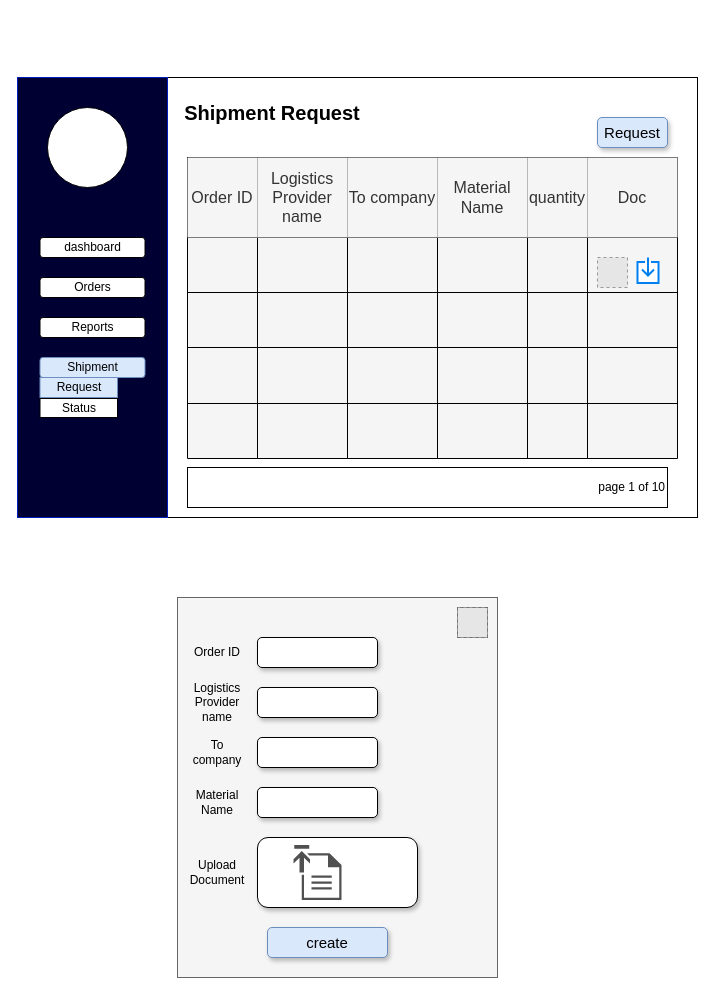
pramodrk22/test keeps this draw.io diagram as page "Shipment Request" (5 of 14) of Untitled Diagram.drawio. Above is the earlier version. Source tidied: cells renumbered, new cells numbered last; positions are measured from the earlier drawing's top-left corner, leaving out a move shared by most shapes. Both pictures are drawn from the tidied source at 100%, with x=0, y=0 at pixel (17, 77). Pictures stored in the file or linked from it are replaced by grey dashed boxes.
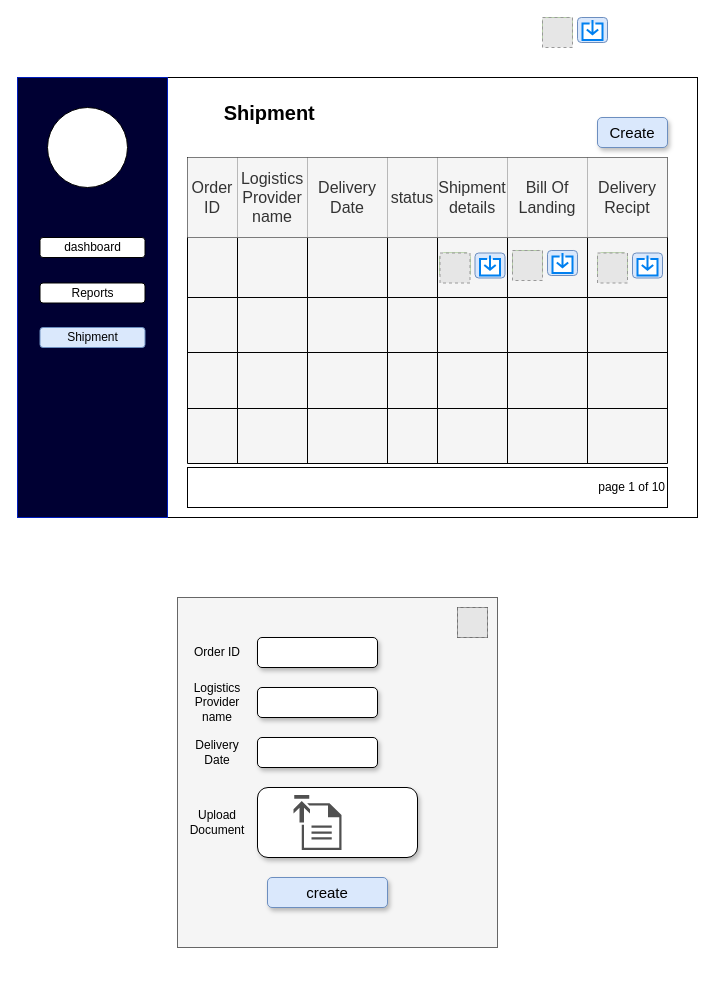
Above is the later version.

Diff of the diagram source:
```diff
@@
-    <mxCell id="5" value="Orders" style="rounded=1;whiteSpace=wrap;html=1;" parent="1" vertex="1">
-      <mxGeometry x="22.5" y="200" width="105" height="20" as="geometry" />
-    </mxCell>
     <mxCell id="6" value="Reports" style="rounded=1;whiteSpace=wrap;html=1;" parent="1" vertex="1">
-      <mxGeometry x="22.5" y="240" width="105" height="20" as="geometry" />
+      <mxGeometry x="22.5" y="205.5" width="105" height="20" as="geometry" />
     </mxCell>
@@
-    <mxCell id="8" value="&lt;b&gt;&lt;font style=&quot;font-size: 20px;&quot;&gt;Shipment Request&lt;/font&gt;&lt;/b&gt;" style="text;html=1;strokeColor=none;fillColor=none;align=center;verticalAlign=middle;whiteSpace=wrap;rounded=0;" parent="1" vertex="1">
+    <mxCell id="8" value="&lt;b&gt;&lt;font style=&quot;font-size: 20px;&quot;&gt;Shipment&amp;nbsp;&lt;/font&gt;&lt;/b&gt;" style="text;html=1;strokeColor=none;fillColor=none;align=center;verticalAlign=middle;whiteSpace=wrap;rounded=0;" parent="1" vertex="1">
       <mxGeometry x="150" y="20" width="210" height="30" as="geometry" />
     </mxCell>
@@
     <mxCell id="10" style="rounded=0;whiteSpace=wrap;html=1;fillColor=#f5f5f5;fontColor=#333333;strokeColor=#666666;" parent="1" vertex="1">
-      <mxGeometry x="160" y="520" width="320" height="380" as="geometry" />
+      <mxGeometry x="160" y="520" width="320" height="350" as="geometry" />
     </mxCell>
@@
     <mxCell id="12" value="&lt;font style=&quot;font-size: 15px;&quot;&gt;create&lt;/font&gt;" style="rounded=1;whiteSpace=wrap;html=1;fillColor=#dae8fc;strokeColor=#6c8ebf;shadow=1;" parent="1" vertex="1">
-      <mxGeometry x="250" y="850" width="120" height="30" as="geometry" />
+      <mxGeometry x="250" y="800" width="120" height="30" as="geometry" />
     </mxCell>
@@
-    <mxCell id="15" style="rounded=1;whiteSpace=wrap;html=1;shadow=1;" parent="1" vertex="1">
-      <mxGeometry x="240" y="710" width="120" height="30" as="geometry" />
-    </mxCell>
     <mxCell id="16" style="rounded=1;whiteSpace=wrap;html=1;shadow=1;" parent="1" vertex="1">
-      <mxGeometry x="240" y="760" width="160" height="70" as="geometry" />
+      <mxGeometry x="240" y="710" width="160" height="70" as="geometry" />
     </mxCell>
     <mxCell id="17" style="sketch=0;shadow=0;dashed=0;html=1;strokeColor=none;fillColor=#505050;labelPosition=center;verticalLabelPosition=bottom;verticalAlign=top;align=center;shape=mxgraph.office.concepts.upload;" parent="1" vertex="1">
-      <mxGeometry x="276" y="767.5" width="48" height="55" as="geometry" />
+      <mxGeometry x="276" y="717.5" width="48" height="55" as="geometry" />
     </mxCell>
@@
-    <mxCell id="20" value="To company" style="text;html=1;strokeColor=none;fillColor=none;align=center;verticalAlign=middle;whiteSpace=wrap;rounded=0;" parent="1" vertex="1">
+    <mxCell id="20" value="Delivery Date" style="text;html=1;strokeColor=none;fillColor=none;align=center;verticalAlign=middle;whiteSpace=wrap;rounded=0;" parent="1" vertex="1">
       <mxGeometry x="170" y="660" width="60" height="30" as="geometry" />
     </mxCell>
-    <mxCell id="21" value="Material Name" style="text;html=1;strokeColor=none;fillColor=none;align=center;verticalAlign=middle;whiteSpace=wrap;rounded=0;" parent="1" vertex="1">
-      <mxGeometry x="170" y="710" width="60" height="30" as="geometry" />
-    </mxCell>
     <mxCell id="22" value="Upload Document" style="text;html=1;strokeColor=none;fillColor=none;align=center;verticalAlign=middle;whiteSpace=wrap;rounded=0;" parent="1" vertex="1">
-      <mxGeometry x="170" y="780" width="60" height="30" as="geometry" />
+      <mxGeometry x="170" y="730" width="60" height="30" as="geometry" />
     </mxCell>
@@
     <mxCell id="25" value="Shipment" style="rounded=1;whiteSpace=wrap;html=1;fillColor=#dae8fc;strokeColor=#6c8ebf;" parent="1" vertex="1">
-      <mxGeometry x="22.5" y="280" width="105" height="20" as="geometry" />
+      <mxGeometry x="22.5" y="250" width="105" height="20" as="geometry" />
     </mxCell>
-    <mxCell id="26" value="&lt;font style=&quot;font-size: 15px;&quot;&gt;Request&lt;/font&gt;" style="rounded=1;whiteSpace=wrap;html=1;fillColor=#dae8fc;strokeColor=#6c8ebf;shadow=1;" parent="1" vertex="1">
+    <mxCell id="26" value="&lt;font style=&quot;font-size: 15px;&quot;&gt;Create&lt;/font&gt;" style="rounded=1;whiteSpace=wrap;html=1;fillColor=#dae8fc;strokeColor=#6c8ebf;shadow=1;" parent="1" vertex="1">
       <mxGeometry x="580" y="40" width="70" height="30" as="geometry" />
     </mxCell>
     <mxCell id="27" style="shape=table;startSize=0;childLayout=tableLayout;strokeColor=#000000;fontSize=16;swimlaneFillColor=none;labelBackgroundColor=none;fillColor=#f5f5f5;fontColor=#333333;" parent="1" vertex="1">
-      <mxGeometry x="170" y="80" width="490" height="301" as="geometry" />
+      <mxGeometry x="170" y="80" width="480" height="306" as="geometry" />
     </mxCell>
     <mxCell id="28" style="shape=tableRow;horizontal=0;startSize=0;swimlaneHead=0;swimlaneBody=0;strokeColor=inherit;top=0;left=0;bottom=0;right=0;fillColor=none;fontSize=16;" parent="27" vertex="1">
-      <mxGeometry width="490" height="80" as="geometry" />
+      <mxGeometry width="480" height="80" as="geometry" />
     </mxCell>
     <mxCell id="29" value="Order ID" style="shape=partialRectangle;html=1;whiteSpace=wrap;strokeColor=#666666;overflow=hidden;fillColor=#f5f5f5;top=0;left=0;bottom=0;right=0;fontSize=16;fontColor=#333333;" parent="28" vertex="1">
-      <mxGeometry width="70" height="80" as="geometry" />
+      <mxGeometry width="50" height="80" as="geometry" />
     </mxCell>
     <mxCell id="30" value="Logistics Provider name" style="shape=partialRectangle;html=1;whiteSpace=wrap;strokeColor=#666666;overflow=hidden;fillColor=#f5f5f5;top=0;left=0;bottom=0;right=0;fontSize=16;fontColor=#333333;" parent="28" vertex="1">
-      <mxGeometry x="70" width="90" height="80" as="geometry" />
+      <mxGeometry x="50" width="70" height="80" as="geometry" />
     </mxCell>
-    <mxCell id="31" value="To company" style="shape=partialRectangle;html=1;whiteSpace=wrap;strokeColor=#666666;overflow=hidden;fillColor=#f5f5f5;top=0;left=0;bottom=0;right=0;fontSize=16;fontColor=#333333;" parent="28" vertex="1">
-      <mxGeometry x="160" width="90" height="80" as="geometry" />
+    <mxCell id="31" value="Delivery Date" style="shape=partialRectangle;html=1;whiteSpace=wrap;strokeColor=#666666;overflow=hidden;fillColor=#f5f5f5;top=0;left=0;bottom=0;right=0;fontSize=16;fontColor=#333333;" parent="28" vertex="1">
+      <mxGeometry x="120" width="80" height="80" as="geometry" />
     </mxCell>
-    <mxCell id="32" value="Material Name" style="shape=partialRectangle;html=1;whiteSpace=wrap;strokeColor=#666666;overflow=hidden;fillColor=#f5f5f5;top=0;left=0;bottom=0;right=0;fontSize=16;fontColor=#333333;" parent="28" vertex="1">
-      <mxGeometry x="250" width="90" height="80" as="geometry" />
+    <mxCell id="32" value="status" style="shape=partialRectangle;html=1;whiteSpace=wrap;strokeColor=#666666;overflow=hidden;fillColor=#f5f5f5;top=0;left=0;bottom=0;right=0;fontSize=16;fontColor=#333333;" parent="28" vertex="1">
+      <mxGeometry x="200" width="50" height="80" as="geometry" />
     </mxCell>
+    <mxCell id="67" value="Shipment details" style="shape=partialRectangle;html=1;whiteSpace=wrap;strokeColor=#666666;overflow=hidden;fillColor=#f5f5f5;top=0;left=0;bottom=0;right=0;fontSize=16;fontColor=#333333;" parent="28" vertex="1">
+      <mxGeometry x="250" width="70" height="80" as="geometry" />
+    </mxCell>
-    <mxCell id="33" value="quantity" style="shape=partialRectangle;html=1;whiteSpace=wrap;strokeColor=#666666;overflow=hidden;fillColor=#f5f5f5;top=0;left=0;bottom=0;right=0;fontSize=16;fontColor=#333333;" parent="28" vertex="1">
-      <mxGeometry x="340" width="60" height="80" as="geometry" />
+    <mxCell id="33" value="Bill Of Landing" style="shape=partialRectangle;html=1;whiteSpace=wrap;strokeColor=#666666;overflow=hidden;fillColor=#f5f5f5;top=0;left=0;bottom=0;right=0;fontSize=16;fontColor=#333333;" parent="28" vertex="1">
+      <mxGeometry x="320" width="80" height="80" as="geometry" />
     </mxCell>
-    <mxCell id="34" value="Doc" style="shape=partialRectangle;html=1;whiteSpace=wrap;strokeColor=#666666;overflow=hidden;fillColor=#f5f5f5;top=0;left=0;bottom=0;right=0;fontSize=16;fontColor=#333333;" parent="28" vertex="1">
-      <mxGeometry x="400" width="90" height="80" as="geometry" />
+    <mxCell id="34" value="Delivery Recipt" style="shape=partialRectangle;html=1;whiteSpace=wrap;strokeColor=#666666;overflow=hidden;fillColor=#f5f5f5;top=0;left=0;bottom=0;right=0;fontSize=16;fontColor=#333333;" parent="28" vertex="1">
+      <mxGeometry x="400" width="80" height="80" as="geometry" />
     </mxCell>
     <mxCell id="35" style="shape=tableRow;horizontal=0;startSize=0;swimlaneHead=0;swimlaneBody=0;strokeColor=inherit;top=0;left=0;bottom=0;right=0;fillColor=none;fontSize=16;" parent="27" vertex="1">
-      <mxGeometry y="80" width="490" height="55" as="geometry" />
+      <mxGeometry y="80" width="480" height="60" as="geometry" />
     </mxCell>
     <mxCell id="36" style="shape=partialRectangle;html=1;whiteSpace=wrap;strokeColor=inherit;overflow=hidden;fillColor=none;top=0;left=0;bottom=0;right=0;fontSize=16;" parent="35" vertex="1">
-      <mxGeometry width="70" height="55" as="geometry" />
+      <mxGeometry width="50" height="60" as="geometry" />
     </mxCell>
     <mxCell id="37" style="shape=partialRectangle;html=1;whiteSpace=wrap;strokeColor=inherit;overflow=hidden;fillColor=none;top=0;left=0;bottom=0;right=0;fontSize=16;" parent="35" vertex="1">
-      <mxGeometry x="70" width="90" height="55" as="geometry" />
+      <mxGeometry x="50" width="70" height="60" as="geometry" />
     </mxCell>
     <mxCell id="38" style="shape=partialRectangle;html=1;whiteSpace=wrap;strokeColor=inherit;overflow=hidden;fillColor=none;top=0;left=0;bottom=0;right=0;fontSize=16;" parent="35" vertex="1">
-      <mxGeometry x="160" width="90" height="55" as="geometry" />
+      <mxGeometry x="120" width="80" height="60" as="geometry" />
     </mxCell>
     <mxCell id="39" style="shape=partialRectangle;html=1;whiteSpace=wrap;strokeColor=inherit;overflow=hidden;fillColor=none;top=0;left=0;bottom=0;right=0;fontSize=16;" parent="35" vertex="1">
-      <mxGeometry x="250" width="90" height="55" as="geometry" />
+      <mxGeometry x="200" width="50" height="60" as="geometry" />
     </mxCell>
+    <mxCell id="68" style="shape=partialRectangle;html=1;whiteSpace=wrap;strokeColor=inherit;overflow=hidden;fillColor=none;top=0;left=0;bottom=0;right=0;fontSize=16;" parent="35" vertex="1">
+      <mxGeometry x="250" width="70" height="60" as="geometry" />
+    </mxCell>
     <mxCell id="40" style="shape=partialRectangle;html=1;whiteSpace=wrap;strokeColor=inherit;overflow=hidden;fillColor=none;top=0;left=0;bottom=0;right=0;fontSize=16;" parent="35" vertex="1">
-      <mxGeometry x="340" width="60" height="55" as="geometry" />
+      <mxGeometry x="320" width="80" height="60" as="geometry" />
     </mxCell>
     <mxCell id="41" style="shape=partialRectangle;html=1;whiteSpace=wrap;strokeColor=inherit;overflow=hidden;fillColor=none;top=0;left=0;bottom=0;right=0;fontSize=16;" parent="35" vertex="1">
-      <mxGeometry x="400" width="90" height="55" as="geometry" />
+      <mxGeometry x="400" width="80" height="60" as="geometry" />
     </mxCell>
     <mxCell id="42" style="shape=tableRow;horizontal=0;startSize=0;swimlaneHead=0;swimlaneBody=0;strokeColor=inherit;top=0;left=0;bottom=0;right=0;fillColor=none;fontSize=16;" parent="27" vertex="1">
-      <mxGeometry y="135" width="490" height="55" as="geometry" />
+      <mxGeometry y="140" width="480" height="55" as="geometry" />
     </mxCell>
     <mxCell id="43" style="shape=partialRectangle;html=1;whiteSpace=wrap;strokeColor=inherit;overflow=hidden;fillColor=none;top=0;left=0;bottom=0;right=0;fontSize=16;" parent="42" vertex="1">
-      <mxGeometry width="70" height="55" as="geometry" />
+      <mxGeometry width="50" height="55" as="geometry" />
     </mxCell>
     <mxCell id="44" style="shape=partialRectangle;html=1;whiteSpace=wrap;strokeColor=inherit;overflow=hidden;fillColor=none;top=0;left=0;bottom=0;right=0;fontSize=16;" parent="42" vertex="1">
-      <mxGeometry x="70" width="90" height="55" as="geometry" />
+      <mxGeometry x="50" width="70" height="55" as="geometry" />
     </mxCell>
     <mxCell id="45" style="shape=partialRectangle;html=1;whiteSpace=wrap;strokeColor=inherit;overflow=hidden;fillColor=none;top=0;left=0;bottom=0;right=0;fontSize=16;" parent="42" vertex="1">
-      <mxGeometry x="160" width="90" height="55" as="geometry" />
+      <mxGeometry x="120" width="80" height="55" as="geometry" />
     </mxCell>
     <mxCell id="46" style="shape=partialRectangle;html=1;whiteSpace=wrap;strokeColor=inherit;overflow=hidden;fillColor=none;top=0;left=0;bottom=0;right=0;fontSize=16;" parent="42" vertex="1">
-      <mxGeometry x="250" width="90" height="55" as="geometry" />
+      <mxGeometry x="200" width="50" height="55" as="geometry" />
     </mxCell>
+    <mxCell id="69" style="shape=partialRectangle;html=1;whiteSpace=wrap;strokeColor=inherit;overflow=hidden;fillColor=none;top=0;left=0;bottom=0;right=0;fontSize=16;" parent="42" vertex="1">
+      <mxGeometry x="250" width="70" height="55" as="geometry" />
+    </mxCell>
     <mxCell id="47" style="shape=partialRectangle;html=1;whiteSpace=wrap;strokeColor=inherit;overflow=hidden;fillColor=none;top=0;left=0;bottom=0;right=0;fontSize=16;" parent="42" vertex="1">
-      <mxGeometry x="340" width="60" height="55" as="geometry" />
+      <mxGeometry x="320" width="80" height="55" as="geometry" />
     </mxCell>
     <mxCell id="48" style="shape=partialRectangle;html=1;whiteSpace=wrap;strokeColor=inherit;overflow=hidden;fillColor=none;top=0;left=0;bottom=0;right=0;fontSize=16;" parent="42" vertex="1">
-      <mxGeometry x="400" width="90" height="55" as="geometry" />
+      <mxGeometry x="400" width="80" height="55" as="geometry" />
     </mxCell>
     <mxCell id="49" style="shape=tableRow;horizontal=0;startSize=0;swimlaneHead=0;swimlaneBody=0;strokeColor=inherit;top=0;left=0;bottom=0;right=0;fillColor=none;fontSize=16;" parent="27" vertex="1">
-      <mxGeometry y="190" width="490" height="56" as="geometry" />
+      <mxGeometry y="195" width="480" height="56" as="geometry" />
     </mxCell>
     <mxCell id="50" style="shape=partialRectangle;html=1;whiteSpace=wrap;strokeColor=inherit;overflow=hidden;fillColor=none;top=0;left=0;bottom=0;right=0;fontSize=16;" parent="49" vertex="1">
-      <mxGeometry width="70" height="56" as="geometry" />
+      <mxGeometry width="50" height="56" as="geometry" />
     </mxCell>
     <mxCell id="51" style="shape=partialRectangle;html=1;whiteSpace=wrap;strokeColor=inherit;overflow=hidden;fillColor=none;top=0;left=0;bottom=0;right=0;fontSize=16;" parent="49" vertex="1">
-      <mxGeometry x="70" width="90" height="56" as="geometry" />
+      <mxGeometry x="50" width="70" height="56" as="geometry" />
     </mxCell>
     <mxCell id="52" style="shape=partialRectangle;html=1;whiteSpace=wrap;strokeColor=inherit;overflow=hidden;fillColor=none;top=0;left=0;bottom=0;right=0;fontSize=16;" parent="49" vertex="1">
-      <mxGeometry x="160" width="90" height="56" as="geometry" />
+      <mxGeometry x="120" width="80" height="56" as="geometry" />
     </mxCell>
     <mxCell id="53" style="shape=partialRectangle;html=1;whiteSpace=wrap;strokeColor=inherit;overflow=hidden;fillColor=none;top=0;left=0;bottom=0;right=0;fontSize=16;" parent="49" vertex="1">
-      <mxGeometry x="250" width="90" height="56" as="geometry" />
+      <mxGeometry x="200" width="50" height="56" as="geometry" />
     </mxCell>
+    <mxCell id="70" style="shape=partialRectangle;html=1;whiteSpace=wrap;strokeColor=inherit;overflow=hidden;fillColor=none;top=0;left=0;bottom=0;right=0;fontSize=16;" parent="49" vertex="1">
+      <mxGeometry x="250" width="70" height="56" as="geometry" />
+    </mxCell>
     <mxCell id="54" style="shape=partialRectangle;html=1;whiteSpace=wrap;strokeColor=inherit;overflow=hidden;fillColor=none;top=0;left=0;bottom=0;right=0;fontSize=16;" parent="49" vertex="1">
-      <mxGeometry x="340" width="60" height="56" as="geometry" />
+      <mxGeometry x="320" width="80" height="56" as="geometry" />
     </mxCell>
     <mxCell id="55" style="shape=partialRectangle;html=1;whiteSpace=wrap;strokeColor=inherit;overflow=hidden;fillColor=none;top=0;left=0;bottom=0;right=0;fontSize=16;" parent="49" vertex="1">
-      <mxGeometry x="400" width="90" height="56" as="geometry" />
+      <mxGeometry x="400" width="80" height="56" as="geometry" />
     </mxCell>
     <mxCell id="56" style="shape=tableRow;horizontal=0;startSize=0;swimlaneHead=0;swimlaneBody=0;strokeColor=inherit;top=0;left=0;bottom=0;right=0;fillColor=none;fontSize=16;" parent="27" vertex="1">
-      <mxGeometry y="246" width="490" height="55" as="geometry" />
+      <mxGeometry y="251" width="480" height="55" as="geometry" />
     </mxCell>
     <mxCell id="57" style="shape=partialRectangle;html=1;whiteSpace=wrap;strokeColor=inherit;overflow=hidden;fillColor=none;top=0;left=0;bottom=0;right=0;fontSize=16;" parent="56" vertex="1">
-      <mxGeometry width="70" height="55" as="geometry" />
+      <mxGeometry width="50" height="55" as="geometry" />
     </mxCell>
     <mxCell id="58" style="shape=partialRectangle;html=1;whiteSpace=wrap;strokeColor=inherit;overflow=hidden;fillColor=none;top=0;left=0;bottom=0;right=0;fontSize=16;" parent="56" vertex="1">
-      <mxGeometry x="70" width="90" height="55" as="geometry" />
+      <mxGeometry x="50" width="70" height="55" as="geometry" />
     </mxCell>
     <mxCell id="59" style="shape=partialRectangle;html=1;whiteSpace=wrap;strokeColor=inherit;overflow=hidden;fillColor=none;top=0;left=0;bottom=0;right=0;fontSize=16;" parent="56" vertex="1">
-      <mxGeometry x="160" width="90" height="55" as="geometry" />
+      <mxGeometry x="120" width="80" height="55" as="geometry" />
     </mxCell>
     <mxCell id="60" style="shape=partialRectangle;html=1;whiteSpace=wrap;strokeColor=inherit;overflow=hidden;fillColor=none;top=0;left=0;bottom=0;right=0;fontSize=16;" parent="56" vertex="1">
-      <mxGeometry x="250" width="90" height="55" as="geometry" />
+      <mxGeometry x="200" width="50" height="55" as="geometry" />
     </mxCell>
+    <mxCell id="71" style="shape=partialRectangle;html=1;whiteSpace=wrap;strokeColor=inherit;overflow=hidden;fillColor=none;top=0;left=0;bottom=0;right=0;fontSize=16;" parent="56" vertex="1">
+      <mxGeometry x="250" width="70" height="55" as="geometry" />
+    </mxCell>
     <mxCell id="61" style="shape=partialRectangle;html=1;whiteSpace=wrap;strokeColor=inherit;overflow=hidden;fillColor=none;top=0;left=0;bottom=0;right=0;fontSize=16;" parent="56" vertex="1">
-      <mxGeometry x="340" width="60" height="55" as="geometry" />
+      <mxGeometry x="320" width="80" height="55" as="geometry" />
     </mxCell>
     <mxCell id="62" style="shape=partialRectangle;html=1;whiteSpace=wrap;strokeColor=inherit;overflow=hidden;fillColor=none;top=0;left=0;bottom=0;right=0;fontSize=16;" parent="56" vertex="1">
-      <mxGeometry x="400" width="90" height="55" as="geometry" />
+      <mxGeometry x="400" width="80" height="55" as="geometry" />
     </mxCell>
-    <mxCell id="63" style="fillColor=#E6E6E6;strokeColor=#999999;dashed=1;html=1;verticalAlign=top;verticalLabelPosition=bottom;labelBackgroundColor=#ffffff;" parent="1" vertex="1">
-      <mxGeometry x="580" y="180" width="30" height="30" as="geometry" />
-    </mxCell>
-    <mxCell id="64" style="html=1;verticalLabelPosition=bottom;align=center;labelBackgroundColor=#ffffff;verticalAlign=top;strokeWidth=2;strokeColor=#0080F0;shadow=0;dashed=0;shape=mxgraph.ios7.icons.down;" parent="1" vertex="1">
-      <mxGeometry x="620" y="180" width="21" height="25.5" as="geometry" />
-    </mxCell>
-    <mxCell id="65" value="Request" style="rounded=0;whiteSpace=wrap;html=1;fillColor=#dae8fc;strokeColor=#6c8ebf;" parent="1" vertex="1">
-      <mxGeometry x="22.5" y="300" width="77.5" height="20" as="geometry" />
-    </mxCell>
-    <mxCell id="66" value="Status" style="rounded=0;whiteSpace=wrap;html=1;" parent="1" vertex="1">
-      <mxGeometry x="22.5" y="321" width="77.5" height="19" as="geometry" />
-    </mxCell>
+    <mxCell id="72" style="rounded=1;whiteSpace=wrap;html=1;fillColor=#d5e8d4;strokeColor=#82b366;" parent="1" vertex="1">
+      <mxGeometry x="525" y="-60" width="30" height="25" as="geometry" />
+    </mxCell>
+    <mxCell id="73" style="fillColor=#E6E6E6;strokeColor=#999999;dashed=1;html=1;verticalAlign=top;verticalLabelPosition=bottom;labelBackgroundColor=#ffffff;" parent="1" vertex="1">
+      <mxGeometry x="525" y="-60" width="30" height="30" as="geometry" />
+    </mxCell>
+    <mxCell id="74" style="rounded=1;whiteSpace=wrap;html=1;fillColor=#dae8fc;strokeColor=#6c8ebf;" parent="1" vertex="1">
+      <mxGeometry x="560" y="-60" width="30" height="25" as="geometry" />
+    </mxCell>
+    <mxCell id="75" style="html=1;verticalLabelPosition=bottom;align=center;labelBackgroundColor=#ffffff;verticalAlign=top;strokeWidth=2;strokeColor=#0080F0;shadow=0;dashed=0;shape=mxgraph.ios7.icons.down;" parent="1" vertex="1">
+      <mxGeometry x="565" y="-57.5" width="20" height="20" as="geometry" />
+    </mxCell>
+    <mxCell id="76" style="rounded=1;whiteSpace=wrap;html=1;fillColor=#d5e8d4;strokeColor=#82b366;" parent="1" vertex="1">
+      <mxGeometry x="422.5" y="175.5" width="30" height="25" as="geometry" />
+    </mxCell>
+    <mxCell id="77" style="fillColor=#E6E6E6;strokeColor=#999999;dashed=1;html=1;verticalAlign=top;verticalLabelPosition=bottom;labelBackgroundColor=#ffffff;" parent="1" vertex="1">
+      <mxGeometry x="422.5" y="175.5" width="30" height="30" as="geometry" />
+    </mxCell>
+    <mxCell id="78" style="rounded=1;whiteSpace=wrap;html=1;fillColor=#dae8fc;strokeColor=#6c8ebf;" parent="1" vertex="1">
+      <mxGeometry x="457.5" y="175.5" width="30" height="25" as="geometry" />
+    </mxCell>
+    <mxCell id="79" style="html=1;verticalLabelPosition=bottom;align=center;labelBackgroundColor=#ffffff;verticalAlign=top;strokeWidth=2;strokeColor=#0080F0;shadow=0;dashed=0;shape=mxgraph.ios7.icons.down;" parent="1" vertex="1">
+      <mxGeometry x="462.5" y="178" width="20" height="20" as="geometry" />
+    </mxCell>
+    <mxCell id="80" style="rounded=1;whiteSpace=wrap;html=1;fillColor=#d5e8d4;strokeColor=#82b366;" parent="1" vertex="1">
+      <mxGeometry x="495" y="173" width="30" height="25" as="geometry" />
+    </mxCell>
+    <mxCell id="81" style="fillColor=#E6E6E6;strokeColor=#999999;dashed=1;html=1;verticalAlign=top;verticalLabelPosition=bottom;labelBackgroundColor=#ffffff;" parent="1" vertex="1">
+      <mxGeometry x="495" y="173" width="30" height="30" as="geometry" />
+    </mxCell>
+    <mxCell id="82" style="rounded=1;whiteSpace=wrap;html=1;fillColor=#dae8fc;strokeColor=#6c8ebf;" parent="1" vertex="1">
+      <mxGeometry x="530" y="173" width="30" height="25" as="geometry" />
+    </mxCell>
+    <mxCell id="83" style="html=1;verticalLabelPosition=bottom;align=center;labelBackgroundColor=#ffffff;verticalAlign=top;strokeWidth=2;strokeColor=#0080F0;shadow=0;dashed=0;shape=mxgraph.ios7.icons.down;" parent="1" vertex="1">
+      <mxGeometry x="535" y="175.5" width="20" height="20" as="geometry" />
+    </mxCell>
+    <mxCell id="84" style="rounded=1;whiteSpace=wrap;html=1;fillColor=#d5e8d4;strokeColor=#82b366;" parent="1" vertex="1">
+      <mxGeometry x="580" y="175.5" width="30" height="25" as="geometry" />
+    </mxCell>
+    <mxCell id="85" style="fillColor=#E6E6E6;strokeColor=#999999;dashed=1;html=1;verticalAlign=top;verticalLabelPosition=bottom;labelBackgroundColor=#ffffff;" parent="1" vertex="1">
+      <mxGeometry x="580" y="175.5" width="30" height="30" as="geometry" />
+    </mxCell>
+    <mxCell id="86" style="rounded=1;whiteSpace=wrap;html=1;fillColor=#dae8fc;strokeColor=#6c8ebf;" parent="1" vertex="1">
+      <mxGeometry x="615" y="175.5" width="30" height="25" as="geometry" />
+    </mxCell>
+    <mxCell id="87" style="html=1;verticalLabelPosition=bottom;align=center;labelBackgroundColor=#ffffff;verticalAlign=top;strokeWidth=2;strokeColor=#0080F0;shadow=0;dashed=0;shape=mxgraph.ios7.icons.down;" parent="1" vertex="1">
+      <mxGeometry x="620" y="178" width="20" height="20" as="geometry" />
+    </mxCell>
```
